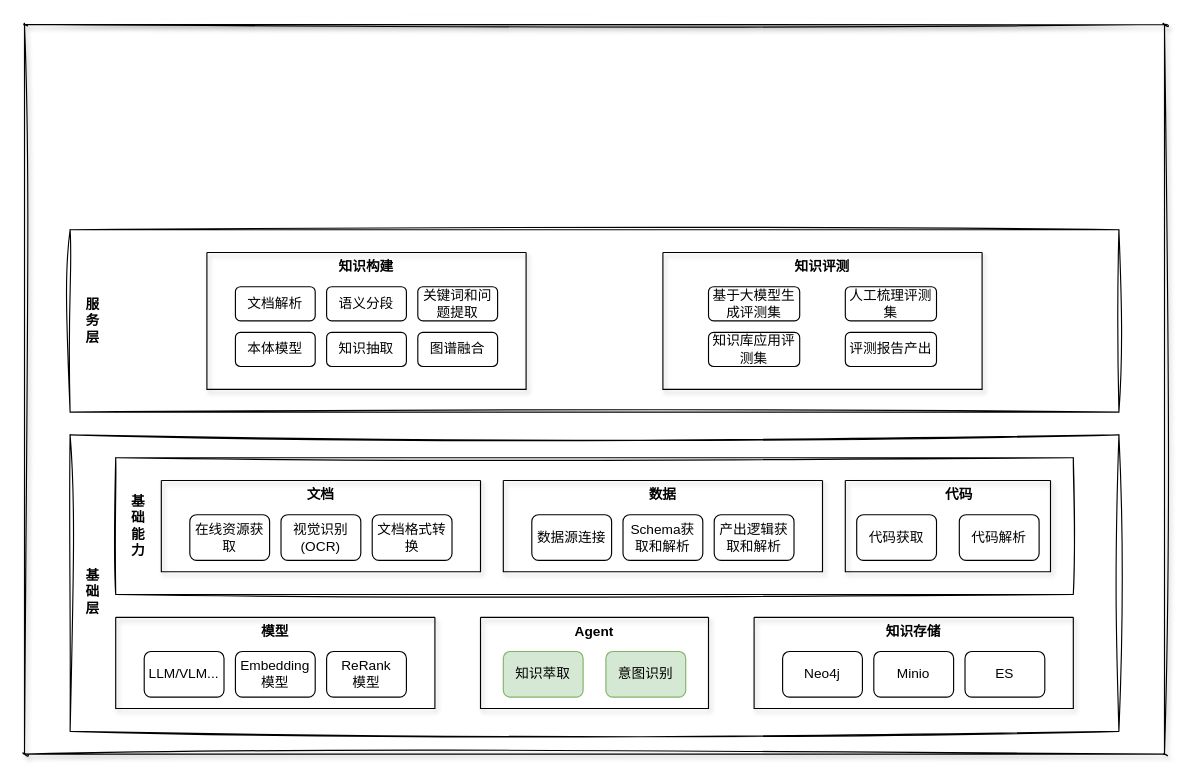
Earlier version of the draw.io diagram biz_flow/企业知识平台设计.drawio (hlld3344/diagrams). Source tidied: cells renumbered, new cells numbered last; positions are measured from the earlier drawing's top-left corner, leaving out a move shared by most shapes. Both pictures are drawn from the tidied source at 114%, with x=0, y=0 at pixel (24, 24).
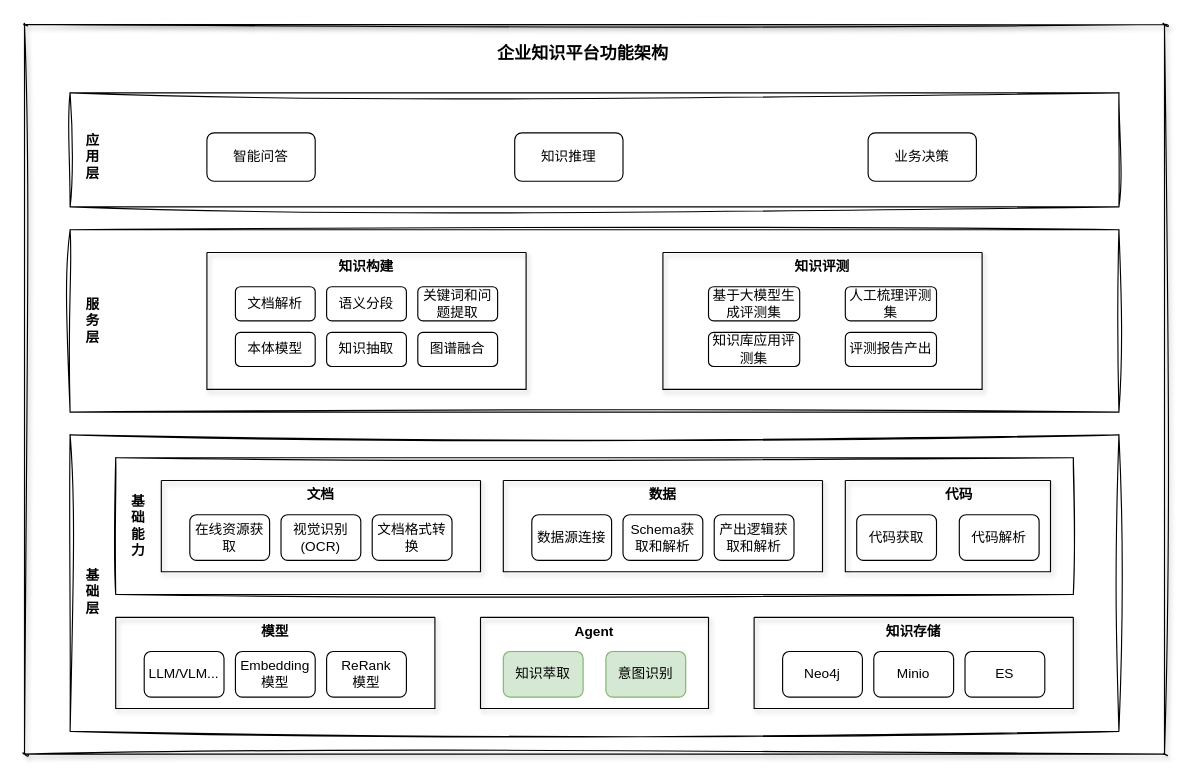
The same diagram, later.

Commit message:
更新企业知识平台设计.drawio

Unchanged cells that the change refers to:
```xml
<mxCell id="2" style="swimlane;startSize=0;rounded=1;glass=0;sketch=1;curveFitting=1;jiggle=2;shadow=1;swimlaneLine=1;" parent="1" vertex="1">
  <mxGeometry width="1000" height="640" as="geometry" />
</mxCell>
```

Diff of the diagram source:
```diff
@@
+    <mxCell id="51" style="swimlane;startSize=0;sketch=1;curveFitting=1;jiggle=2;" parent="2" vertex="1">
+      <mxGeometry x="40" y="60" width="920" height="100" as="geometry" />
+    </mxCell>
+    <mxCell id="52" value="&lt;b&gt;应用层&lt;/b&gt;" style="text;html=1;align=center;verticalAlign=middle;whiteSpace=wrap;rounded=0;" parent="51" vertex="1">
+      <mxGeometry x="10" y="38.8" width="20" height="35" as="geometry" />
+    </mxCell>
+    <mxCell id="53" value="智能问答" style="rounded=1;whiteSpace=wrap;html=1;" parent="51" vertex="1">
+      <mxGeometry x="120" y="35" width="95" height="42.5" as="geometry" />
+    </mxCell>
+    <mxCell id="54" value="知识推理" style="rounded=1;whiteSpace=wrap;html=1;" parent="51" vertex="1">
+      <mxGeometry x="390" y="35" width="95" height="42.5" as="geometry" />
+    </mxCell>
+    <mxCell id="55" value="业务决策" style="rounded=1;whiteSpace=wrap;html=1;" parent="51" vertex="1">
+      <mxGeometry x="700" y="35" width="95" height="42.5" as="geometry" />
+    </mxCell>
+    <mxCell id="56" value="企业知识平台功能架构" style="text;html=1;align=center;verticalAlign=middle;whiteSpace=wrap;rounded=0;fontStyle=1;fontSize=15;" parent="2" vertex="1">
+      <mxGeometry x="400" y="10" width="180" height="30" as="geometry" />
+    </mxCell>
```
